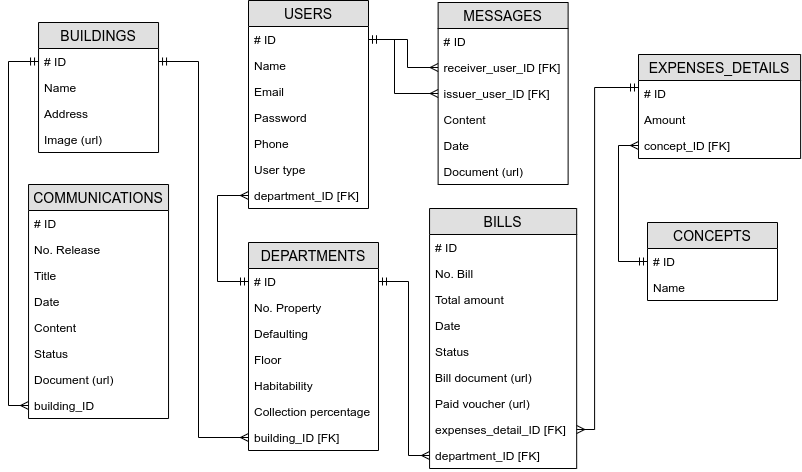
Earlier version of the draw.io export diagrama_logico.png (glenn-dev/comunidapp). Source tidied: cells renumbered, new cells last; positions are measured from the earlier drawing's top-left corner, leaving out a move shared by most shapes. Its diagram source:
```xml
<mxGraphModel>
  <root>
    <mxCell id="0" />
    <mxCell id="1" parent="0" />
    <mxCell id="2" value="USERS" style="swimlane;fontStyle=0;horizontal=1;startSize=26;fillColor=#e0e0e0;swimlaneFillColor=#ffffff;align=center;fontSize=14;" parent="1" vertex="1">
      <mxGeometry x="240" width="120" height="208" as="geometry" />
    </mxCell>
    <mxCell id="3" value="# ID" style="text;strokeColor=none;fillColor=none;spacingLeft=4;spacingRight=4;overflow=hidden;points=[[0,0.5],[1,0.5]];portConstraint=eastwest;fontSize=12;" parent="2" vertex="1">
      <mxGeometry y="26" width="120" height="26" as="geometry" />
    </mxCell>
    <mxCell id="4" value="Name" style="text;strokeColor=none;fillColor=none;spacingLeft=4;spacingRight=4;overflow=hidden;fontSize=12;" parent="2" vertex="1">
      <mxGeometry y="52" width="120" height="26" as="geometry" />
    </mxCell>
    <mxCell id="5" value="Email" style="text;strokeColor=none;fillColor=none;spacingLeft=4;spacingRight=4;overflow=hidden;fontSize=12;" parent="2" vertex="1">
      <mxGeometry y="78" width="120" height="26" as="geometry" />
    </mxCell>
    <mxCell id="6" value="Password" style="text;strokeColor=none;fillColor=none;spacingLeft=4;spacingRight=4;overflow=hidden;fontSize=12;" parent="2" vertex="1">
      <mxGeometry y="104" width="120" height="26" as="geometry" />
    </mxCell>
    <mxCell id="7" value="Phone" style="text;strokeColor=none;fillColor=none;spacingLeft=4;spacingRight=4;overflow=hidden;fontSize=12;" parent="2" vertex="1">
      <mxGeometry y="130" width="120" height="26" as="geometry" />
    </mxCell>
    <mxCell id="8" value="User type" style="text;strokeColor=none;fillColor=none;spacingLeft=4;spacingRight=4;overflow=hidden;fontSize=12;" parent="2" vertex="1">
      <mxGeometry y="156" width="120" height="26" as="geometry" />
    </mxCell>
    <mxCell id="9" value="department_ID [FK]" style="text;strokeColor=none;fillColor=none;spacingLeft=4;spacingRight=4;overflow=hidden;points=[[0,0.5],[1,0.5]];portConstraint=eastwest;fontSize=12;" parent="2" vertex="1">
      <mxGeometry y="182" width="120" height="26" as="geometry" />
    </mxCell>
    <mxCell id="10" value="BILLS" style="swimlane;fontStyle=0;horizontal=1;startSize=26;fillColor=#e0e0e0;swimlaneFillColor=#ffffff;align=center;fontSize=14;" parent="1" vertex="1">
      <mxGeometry x="421.1" y="208" width="147.1" height="260" as="geometry" />
    </mxCell>
    <mxCell id="11" value="# ID" style="text;strokeColor=none;fillColor=none;spacingLeft=4;spacingRight=4;overflow=hidden;points=[[0,0.5],[1,0.5]];portConstraint=eastwest;fontSize=12;" parent="10" vertex="1">
      <mxGeometry y="26" width="147.1" height="26" as="geometry" />
    </mxCell>
    <mxCell id="12" value="No. Bill" style="text;strokeColor=none;fillColor=none;spacingLeft=4;spacingRight=4;overflow=hidden;fontSize=12;" parent="10" vertex="1">
      <mxGeometry y="52" width="147.1" height="26" as="geometry" />
    </mxCell>
    <mxCell id="13" value="Total amount" style="text;strokeColor=none;fillColor=none;spacingLeft=4;spacingRight=4;overflow=hidden;fontSize=12;" parent="10" vertex="1">
      <mxGeometry y="78" width="147.1" height="26" as="geometry" />
    </mxCell>
    <mxCell id="14" value="Date" style="text;strokeColor=none;fillColor=none;spacingLeft=4;spacingRight=4;overflow=hidden;fontSize=12;" parent="10" vertex="1">
      <mxGeometry y="104" width="147.1" height="26" as="geometry" />
    </mxCell>
    <mxCell id="15" value="Status" style="text;strokeColor=none;fillColor=none;spacingLeft=4;spacingRight=4;overflow=hidden;fontSize=12;" parent="10" vertex="1">
      <mxGeometry y="130" width="147.1" height="26" as="geometry" />
    </mxCell>
    <mxCell id="16" value="Bill document (url)" style="text;strokeColor=none;fillColor=none;spacingLeft=4;spacingRight=4;overflow=hidden;fontSize=12;" parent="10" vertex="1">
      <mxGeometry y="156" width="147.1" height="26" as="geometry" />
    </mxCell>
    <mxCell id="17" value="Paid voucher (url)" style="text;strokeColor=none;fillColor=none;spacingLeft=4;spacingRight=4;overflow=hidden;fontSize=12;" parent="10" vertex="1">
      <mxGeometry y="182" width="147.1" height="26" as="geometry" />
    </mxCell>
    <mxCell id="18" value="expenses_detail_ID [FK]" style="text;strokeColor=none;fillColor=none;spacingLeft=4;spacingRight=4;overflow=hidden;points=[[0,0.5],[1,0.5]];portConstraint=eastwest;fontSize=12;" parent="10" vertex="1">
      <mxGeometry y="208" width="147.1" height="26" as="geometry" />
    </mxCell>
    <mxCell id="19" value="department_ID [FK]" style="text;strokeColor=none;fillColor=none;spacingLeft=4;spacingRight=4;overflow=hidden;points=[[0,0.5],[1,0.5]];portConstraint=eastwest;fontSize=12;" parent="10" vertex="1">
      <mxGeometry y="234" width="147.1" height="26" as="geometry" />
    </mxCell>
    <mxCell id="20" value="COMMUNICATIONS" style="swimlane;fontStyle=0;horizontal=1;startSize=26;fillColor=#e0e0e0;swimlaneFillColor=#ffffff;align=center;fontSize=14;" parent="1" vertex="1">
      <mxGeometry x="20" y="184" width="140" height="234" as="geometry" />
    </mxCell>
    <mxCell id="21" value="# ID" style="text;strokeColor=none;fillColor=none;spacingLeft=4;spacingRight=4;overflow=hidden;fontSize=12;" parent="20" vertex="1">
      <mxGeometry y="26" width="140" height="26" as="geometry" />
    </mxCell>
    <mxCell id="22" value="No. Release" style="text;strokeColor=none;fillColor=none;spacingLeft=4;spacingRight=4;overflow=hidden;fontSize=12;" parent="20" vertex="1">
      <mxGeometry y="52" width="140" height="26" as="geometry" />
    </mxCell>
    <mxCell id="23" value="Title" style="text;strokeColor=none;fillColor=none;spacingLeft=4;spacingRight=4;overflow=hidden;fontSize=12;" parent="20" vertex="1">
      <mxGeometry y="78" width="140" height="26" as="geometry" />
    </mxCell>
    <mxCell id="24" value="Date" style="text;strokeColor=none;fillColor=none;spacingLeft=4;spacingRight=4;overflow=hidden;fontSize=12;" parent="20" vertex="1">
      <mxGeometry y="104" width="140" height="26" as="geometry" />
    </mxCell>
    <mxCell id="25" value="Content" style="text;strokeColor=none;fillColor=none;spacingLeft=4;spacingRight=4;overflow=hidden;fontSize=12;" parent="20" vertex="1">
      <mxGeometry y="130" width="140" height="26" as="geometry" />
    </mxCell>
    <mxCell id="26" value="Status" style="text;strokeColor=none;fillColor=none;spacingLeft=4;spacingRight=4;overflow=hidden;fontSize=12;" parent="20" vertex="1">
      <mxGeometry y="156" width="140" height="26" as="geometry" />
    </mxCell>
    <mxCell id="27" value="Document (url)" style="text;strokeColor=none;fillColor=none;spacingLeft=4;spacingRight=4;overflow=hidden;fontSize=12;" parent="20" vertex="1">
      <mxGeometry y="182" width="140" height="26" as="geometry" />
    </mxCell>
    <mxCell id="28" value="building_ID" style="text;strokeColor=none;fillColor=none;spacingLeft=4;spacingRight=4;overflow=hidden;points=[[0,0.5],[1,0.5]];portConstraint=eastwest;fontSize=12;" parent="20" vertex="1">
      <mxGeometry y="208" width="140" height="26" as="geometry" />
    </mxCell>
    <mxCell id="29" value="MESSAGES" style="swimlane;fontStyle=0;horizontal=1;startSize=26;fillColor=#e0e0e0;swimlaneFillColor=#ffffff;align=center;fontSize=14;" parent="1" vertex="1">
      <mxGeometry x="429.6" y="2" width="130" height="182" as="geometry" />
    </mxCell>
    <mxCell id="30" value="# ID" style="text;strokeColor=none;fillColor=none;spacingLeft=4;spacingRight=4;overflow=hidden;fontSize=12;" parent="29" vertex="1">
      <mxGeometry y="26" width="130" height="26" as="geometry" />
    </mxCell>
    <mxCell id="31" value="receiver_user_ID [FK]" style="text;strokeColor=none;fillColor=none;spacingLeft=4;spacingRight=4;overflow=hidden;points=[[0,0.5],[1,0.5]];portConstraint=eastwest;fontSize=12;" parent="29" vertex="1">
      <mxGeometry y="52" width="130" height="26" as="geometry" />
    </mxCell>
    <mxCell id="32" value="issuer_user_ID [FK]" style="text;strokeColor=none;fillColor=none;spacingLeft=4;spacingRight=4;overflow=hidden;points=[[0,0.5],[1,0.5]];portConstraint=eastwest;fontSize=12;" parent="29" vertex="1">
      <mxGeometry y="78" width="130" height="26" as="geometry" />
    </mxCell>
    <mxCell id="33" value="Content" style="text;strokeColor=none;fillColor=none;spacingLeft=4;spacingRight=4;overflow=hidden;fontSize=12;" parent="29" vertex="1">
      <mxGeometry y="104" width="130" height="26" as="geometry" />
    </mxCell>
    <mxCell id="34" value="Date" style="text;strokeColor=none;fillColor=none;spacingLeft=4;spacingRight=4;overflow=hidden;fontSize=12;" parent="29" vertex="1">
      <mxGeometry y="130" width="130" height="26" as="geometry" />
    </mxCell>
    <mxCell id="35" value="Document (url)" style="text;strokeColor=none;fillColor=none;spacingLeft=4;spacingRight=4;overflow=hidden;fontSize=12;" parent="29" vertex="1">
      <mxGeometry y="156" width="130" height="26" as="geometry" />
    </mxCell>
    <mxCell id="36" value="BUILDINGS" style="swimlane;fontStyle=0;horizontal=1;startSize=26;fillColor=#e0e0e0;swimlaneFillColor=#ffffff;align=center;fontSize=14;" parent="1" vertex="1">
      <mxGeometry x="30" y="22" width="120" height="130" as="geometry" />
    </mxCell>
    <mxCell id="37" value="# ID" style="text;strokeColor=none;fillColor=none;spacingLeft=4;spacingRight=4;overflow=hidden;points=[[0,0.5],[1,0.5]];portConstraint=eastwest;fontSize=12;" parent="36" vertex="1">
      <mxGeometry y="26" width="120" height="26" as="geometry" />
    </mxCell>
    <mxCell id="38" value="Name" style="text;strokeColor=none;fillColor=none;spacingLeft=4;spacingRight=4;overflow=hidden;fontSize=12;" parent="36" vertex="1">
      <mxGeometry y="52" width="120" height="26" as="geometry" />
    </mxCell>
    <mxCell id="39" value="Address" style="text;strokeColor=none;fillColor=none;spacingLeft=4;spacingRight=4;overflow=hidden;fontSize=12;" parent="36" vertex="1">
      <mxGeometry y="78" width="120" height="26" as="geometry" />
    </mxCell>
    <mxCell id="40" value="Image (url)" style="text;strokeColor=none;fillColor=none;spacingLeft=4;spacingRight=4;overflow=hidden;fontSize=12;" parent="36" vertex="1">
      <mxGeometry y="104" width="120" height="26" as="geometry" />
    </mxCell>
    <mxCell id="41" value="DEPARTMENTS" style="swimlane;fontStyle=0;horizontal=1;startSize=26;fillColor=#e0e0e0;swimlaneFillColor=#ffffff;align=center;fontSize=14;" parent="1" vertex="1">
      <mxGeometry x="240" y="242" width="130" height="208" as="geometry" />
    </mxCell>
    <mxCell id="42" value="# ID" style="text;strokeColor=none;fillColor=none;spacingLeft=4;spacingRight=4;overflow=hidden;points=[[0,0.5],[1,0.5]];portConstraint=eastwest;fontSize=12;" parent="41" vertex="1">
      <mxGeometry y="26" width="130" height="26" as="geometry" />
    </mxCell>
    <mxCell id="43" value="No. Property" style="text;strokeColor=none;fillColor=none;spacingLeft=4;spacingRight=4;overflow=hidden;fontSize=12;" parent="41" vertex="1">
      <mxGeometry y="52" width="130" height="26" as="geometry" />
    </mxCell>
    <mxCell id="44" value="Defaulting" style="text;strokeColor=none;fillColor=none;spacingLeft=4;spacingRight=4;overflow=hidden;fontSize=12;" parent="41" vertex="1">
      <mxGeometry y="78" width="130" height="26" as="geometry" />
    </mxCell>
    <mxCell id="45" value="Floor" style="text;strokeColor=none;fillColor=none;spacingLeft=4;spacingRight=4;overflow=hidden;fontSize=12;" parent="41" vertex="1">
      <mxGeometry y="104" width="130" height="26" as="geometry" />
    </mxCell>
    <mxCell id="46" value="Habitability" style="text;strokeColor=none;fillColor=none;spacingLeft=4;spacingRight=4;overflow=hidden;fontSize=12;" parent="41" vertex="1">
      <mxGeometry y="130" width="130" height="26" as="geometry" />
    </mxCell>
    <mxCell id="47" value="Collection percentage" style="text;strokeColor=none;fillColor=none;spacingLeft=4;spacingRight=4;overflow=hidden;fontSize=12;" parent="41" vertex="1">
      <mxGeometry y="156" width="130" height="26" as="geometry" />
    </mxCell>
    <mxCell id="48" value="building_ID [FK]" style="text;strokeColor=none;fillColor=none;spacingLeft=4;spacingRight=4;overflow=hidden;points=[[0,0.5],[1,0.5]];portConstraint=eastwest;fontSize=12;" parent="41" vertex="1">
      <mxGeometry y="182" width="130" height="26" as="geometry" />
    </mxCell>
    <mxCell id="49" value="EXPENSES_DETAILS" style="swimlane;fontStyle=0;horizontal=1;startSize=26;fillColor=#e0e0e0;swimlaneFillColor=#ffffff;align=center;fontSize=14;" parent="1" vertex="1">
      <mxGeometry x="630" y="54" width="162.1" height="104" as="geometry" />
    </mxCell>
    <mxCell id="50" value="# ID" style="text;strokeColor=none;fillColor=none;spacingLeft=4;spacingRight=4;overflow=hidden;points=[[0,0.5],[1,0.5]];portConstraint=eastwest;fontSize=12;" parent="49" vertex="1">
      <mxGeometry y="26" width="162.1" height="26" as="geometry" />
    </mxCell>
    <mxCell id="51" value="Amount" style="text;strokeColor=none;fillColor=none;spacingLeft=4;spacingRight=4;overflow=hidden;fontSize=12;" parent="49" vertex="1">
      <mxGeometry y="52" width="162.1" height="26" as="geometry" />
    </mxCell>
    <mxCell id="52" value="concept_ID [FK]" style="text;strokeColor=none;fillColor=none;spacingLeft=4;spacingRight=4;overflow=hidden;points=[[0,0.5],[1,0.5]];portConstraint=eastwest;fontSize=12;" parent="49" vertex="1">
      <mxGeometry y="78" width="162.1" height="26" as="geometry" />
    </mxCell>
    <mxCell id="53" style="edgeStyle=orthogonalEdgeStyle;rounded=0;jettySize=auto;html=1;entryX=0;entryY=0.5;entryDx=0;entryDy=0;startArrow=ERmandOne;startFill=0;endArrow=ERmany;endFill=0;" parent="1" edge="1" source="37" target="28">
      <mxGeometry relative="1" as="geometry">
        <Array as="points">
          <mxPoint y="61" />
          <mxPoint y="405" />
        </Array>
      </mxGeometry>
    </mxCell>
    <mxCell id="54" style="edgeStyle=orthogonalEdgeStyle;rounded=0;jettySize=auto;html=1;entryX=0;entryY=0.5;entryDx=0;entryDy=0;startArrow=ERmandOne;startFill=0;endArrow=ERmany;endFill=0;" parent="1" edge="1" source="37" target="48">
      <mxGeometry relative="1" as="geometry">
        <Array as="points">
          <mxPoint x="190" y="61" />
          <mxPoint x="190" y="437" />
        </Array>
      </mxGeometry>
    </mxCell>
    <mxCell id="55" style="edgeStyle=orthogonalEdgeStyle;rounded=0;jettySize=auto;html=1;entryX=0;entryY=0.5;entryDx=0;entryDy=0;startArrow=ERmandOne;startFill=0;endArrow=ERmany;endFill=0;exitX=1;exitY=0.5;exitDx=0;exitDy=0;" parent="1" edge="1" source="42" target="19">
      <mxGeometry relative="1" as="geometry">
        <Array as="points">
          <mxPoint x="400" y="281" />
          <mxPoint x="400" y="455" />
        </Array>
      </mxGeometry>
    </mxCell>
    <mxCell id="56" style="edgeStyle=orthogonalEdgeStyle;rounded=0;jettySize=auto;html=1;entryX=0;entryY=0.5;entryDx=0;entryDy=0;startArrow=ERmandOne;startFill=0;endArrow=ERmany;endFill=0;" parent="1" edge="1" source="42" target="9">
      <mxGeometry relative="1" as="geometry">
        <Array as="points">
          <mxPoint x="209" y="281" />
          <mxPoint x="209" y="195" />
        </Array>
      </mxGeometry>
    </mxCell>
    <mxCell id="57" style="edgeStyle=orthogonalEdgeStyle;rounded=0;jettySize=auto;html=1;entryX=0;entryY=0.5;entryDx=0;entryDy=0;startArrow=ERmandOne;startFill=0;endArrow=ERmany;endFill=0;exitX=1;exitY=0.5;exitDx=0;exitDy=0;" parent="1" edge="1" source="3" target="32">
      <mxGeometry relative="1" as="geometry">
        <Array as="points">
          <mxPoint x="386" y="39" />
          <mxPoint x="386" y="93" />
        </Array>
      </mxGeometry>
    </mxCell>
    <mxCell id="58" value="CONCEPTS" style="swimlane;fontStyle=0;horizontal=1;startSize=26;fillColor=#e0e0e0;swimlaneFillColor=#ffffff;align=center;fontSize=14;" parent="1" vertex="1">
      <mxGeometry x="639" y="222" width="130" height="78" as="geometry" />
    </mxCell>
    <mxCell id="59" value="# ID" style="text;strokeColor=none;fillColor=none;spacingLeft=4;spacingRight=4;overflow=hidden;points=[[0,0.5],[1,0.5]];portConstraint=eastwest;fontSize=12;" parent="58" vertex="1">
      <mxGeometry y="26" width="130" height="26" as="geometry" />
    </mxCell>
    <mxCell id="60" value="Name" style="text;strokeColor=none;fillColor=none;spacingLeft=4;spacingRight=4;overflow=hidden;fontSize=12;" parent="58" vertex="1">
      <mxGeometry y="52" width="130" height="26" as="geometry" />
    </mxCell>
    <mxCell id="61" style="edgeStyle=orthogonalEdgeStyle;rounded=0;jettySize=auto;html=1;entryX=1;entryY=0.5;entryDx=0;entryDy=0;startArrow=ERmandOne;startFill=0;endArrow=ERmany;endFill=0;" parent="1" edge="1" source="50" target="18">
      <mxGeometry relative="1" as="geometry">
        <Array as="points">
          <mxPoint x="586.1" y="87" />
          <mxPoint x="586.1" y="429" />
        </Array>
      </mxGeometry>
    </mxCell>
    <mxCell id="62" style="edgeStyle=orthogonalEdgeStyle;rounded=0;jettySize=auto;html=1;entryX=0;entryY=0.5;entryDx=0;entryDy=0;startArrow=ERmandOne;startFill=0;endArrow=ERmany;endFill=0;" parent="1" edge="1" source="59" target="52">
      <mxGeometry relative="1" as="geometry">
        <Array as="points">
          <mxPoint x="610" y="261" />
          <mxPoint x="610" y="145" />
        </Array>
      </mxGeometry>
    </mxCell>
    <mxCell id="63" style="edgeStyle=orthogonalEdgeStyle;rounded=0;jettySize=auto;html=1;entryX=0;entryY=0.5;entryDx=0;entryDy=0;startArrow=ERmandOne;startFill=0;endArrow=ERmany;endFill=0;" parent="1" edge="1" source="3" target="31">
      <mxGeometry relative="1" as="geometry">
        <Array as="points">
          <mxPoint x="399" y="39" />
          <mxPoint x="399" y="67" />
        </Array>
      </mxGeometry>
    </mxCell>
  </root>
</mxGraphModel>
```
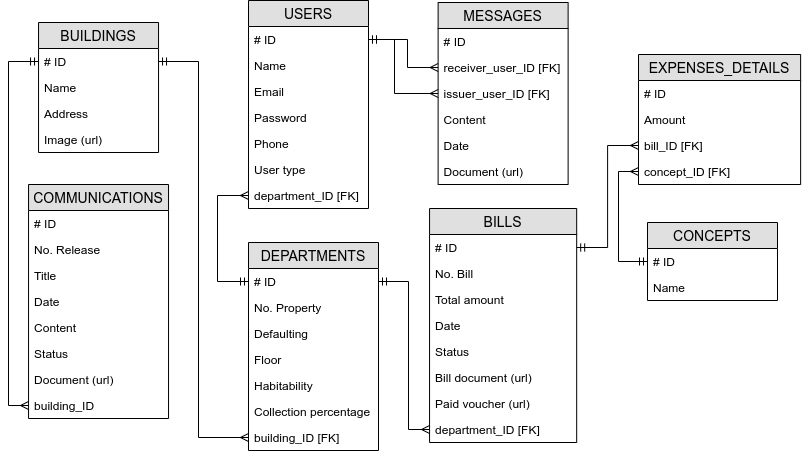
The same diagram one commit later.

Change to the diagram source:
```diff
@@ -27,7 +27,7 @@
       <mxGeometry y="182" width="120" height="26" as="geometry" />
     </mxCell>
     <mxCell id="10" value="BILLS" style="swimlane;fontStyle=0;horizontal=1;startSize=26;fillColor=#e0e0e0;swimlaneFillColor=#ffffff;align=center;fontSize=14;" parent="1" vertex="1">
-      <mxGeometry x="421.1" y="208" width="147.1" height="260" as="geometry" />
+      <mxGeometry x="421.1" y="208" width="147.1" height="234" as="geometry" />
     </mxCell>
     <mxCell id="11" value="# ID" style="text;strokeColor=none;fillColor=none;spacingLeft=4;spacingRight=4;overflow=hidden;points=[[0,0.5],[1,0.5]];portConstraint=eastwest;fontSize=12;" parent="10" vertex="1">
       <mxGeometry y="26" width="147.1" height="26" as="geometry" />
@@ -50,11 +50,8 @@
     <mxCell id="17" value="Paid voucher (url)" style="text;strokeColor=none;fillColor=none;spacingLeft=4;spacingRight=4;overflow=hidden;fontSize=12;" parent="10" vertex="1">
       <mxGeometry y="182" width="147.1" height="26" as="geometry" />
     </mxCell>
-    <mxCell id="18" value="expenses_detail_ID [FK]" style="text;strokeColor=none;fillColor=none;spacingLeft=4;spacingRight=4;overflow=hidden;points=[[0,0.5],[1,0.5]];portConstraint=eastwest;fontSize=12;" parent="10" vertex="1">
-      <mxGeometry y="208" width="147.1" height="26" as="geometry" />
-    </mxCell>
     <mxCell id="19" value="department_ID [FK]" style="text;strokeColor=none;fillColor=none;spacingLeft=4;spacingRight=4;overflow=hidden;points=[[0,0.5],[1,0.5]];portConstraint=eastwest;fontSize=12;" parent="10" vertex="1">
-      <mxGeometry y="234" width="147.1" height="26" as="geometry" />
+      <mxGeometry y="208" width="147.1" height="26" as="geometry" />
     </mxCell>
     <mxCell id="20" value="COMMUNICATIONS" style="swimlane;fontStyle=0;horizontal=1;startSize=26;fillColor=#e0e0e0;swimlaneFillColor=#ffffff;align=center;fontSize=14;" parent="1" vertex="1">
       <mxGeometry x="20" y="184" width="140" height="234" as="geometry" />
@@ -144,7 +141,7 @@
       <mxGeometry y="182" width="130" height="26" as="geometry" />
     </mxCell>
     <mxCell id="49" value="EXPENSES_DETAILS" style="swimlane;fontStyle=0;horizontal=1;startSize=26;fillColor=#e0e0e0;swimlaneFillColor=#ffffff;align=center;fontSize=14;" parent="1" vertex="1">
-      <mxGeometry x="630" y="54" width="162.1" height="104" as="geometry" />
+      <mxGeometry x="630" y="54" width="162.1" height="130" as="geometry" />
     </mxCell>
     <mxCell id="50" value="# ID" style="text;strokeColor=none;fillColor=none;spacingLeft=4;spacingRight=4;overflow=hidden;points=[[0,0.5],[1,0.5]];portConstraint=eastwest;fontSize=12;" parent="49" vertex="1">
       <mxGeometry y="26" width="162.1" height="26" as="geometry" />
@@ -152,8 +149,11 @@
     <mxCell id="51" value="Amount" style="text;strokeColor=none;fillColor=none;spacingLeft=4;spacingRight=4;overflow=hidden;fontSize=12;" parent="49" vertex="1">
       <mxGeometry y="52" width="162.1" height="26" as="geometry" />
     </mxCell>
+    <mxCell id="64" value="bill_ID [FK]" style="text;strokeColor=none;fillColor=none;spacingLeft=4;spacingRight=4;overflow=hidden;points=[[0,0.5],[1,0.5]];portConstraint=eastwest;fontSize=12;" parent="49" vertex="1">
+      <mxGeometry y="78" width="162.1" height="26" as="geometry" />
+    </mxCell>
     <mxCell id="52" value="concept_ID [FK]" style="text;strokeColor=none;fillColor=none;spacingLeft=4;spacingRight=4;overflow=hidden;points=[[0,0.5],[1,0.5]];portConstraint=eastwest;fontSize=12;" parent="49" vertex="1">
-      <mxGeometry y="78" width="162.1" height="26" as="geometry" />
+      <mxGeometry y="104" width="162.1" height="26" as="geometry" />
     </mxCell>
     <mxCell id="53" style="edgeStyle=orthogonalEdgeStyle;rounded=0;jettySize=auto;html=1;entryX=0;entryY=0.5;entryDx=0;entryDy=0;startArrow=ERmandOne;startFill=0;endArrow=ERmany;endFill=0;" parent="1" edge="1" source="37" target="28">
       <mxGeometry relative="1" as="geometry">
@@ -175,7 +175,7 @@
       <mxGeometry relative="1" as="geometry">
         <Array as="points">
           <mxPoint x="400" y="281" />
-          <mxPoint x="400" y="455" />
+          <mxPoint x="400" y="429" />
         </Array>
       </mxGeometry>
     </mxCell>
@@ -204,19 +204,11 @@
     <mxCell id="60" value="Name" style="text;strokeColor=none;fillColor=none;spacingLeft=4;spacingRight=4;overflow=hidden;fontSize=12;" parent="58" vertex="1">
       <mxGeometry y="52" width="130" height="26" as="geometry" />
     </mxCell>
-    <mxCell id="61" style="edgeStyle=orthogonalEdgeStyle;rounded=0;jettySize=auto;html=1;entryX=1;entryY=0.5;entryDx=0;entryDy=0;startArrow=ERmandOne;startFill=0;endArrow=ERmany;endFill=0;" parent="1" edge="1" source="50" target="18">
-      <mxGeometry relative="1" as="geometry">
-        <Array as="points">
-          <mxPoint x="586.1" y="87" />
-          <mxPoint x="586.1" y="429" />
-        </Array>
-      </mxGeometry>
-    </mxCell>
     <mxCell id="62" style="edgeStyle=orthogonalEdgeStyle;rounded=0;jettySize=auto;html=1;entryX=0;entryY=0.5;entryDx=0;entryDy=0;startArrow=ERmandOne;startFill=0;endArrow=ERmany;endFill=0;" parent="1" edge="1" source="59" target="52">
       <mxGeometry relative="1" as="geometry">
         <Array as="points">
           <mxPoint x="610" y="261" />
-          <mxPoint x="610" y="145" />
+          <mxPoint x="610" y="171" />
         </Array>
       </mxGeometry>
     </mxCell>
@@ -228,5 +220,8 @@
         </Array>
       </mxGeometry>
     </mxCell>
+    <mxCell id="65" style="edgeStyle=orthogonalEdgeStyle;rounded=0;jettySize=auto;html=1;entryX=0;entryY=0.5;entryDx=0;entryDy=0;startArrow=ERmandOne;startFill=0;endArrow=ERmany;endFill=0;" parent="1" edge="1" source="11" target="64">
+      <mxGeometry relative="1" as="geometry" />
+    </mxCell>
   </root>
 </mxGraphModel>
```
